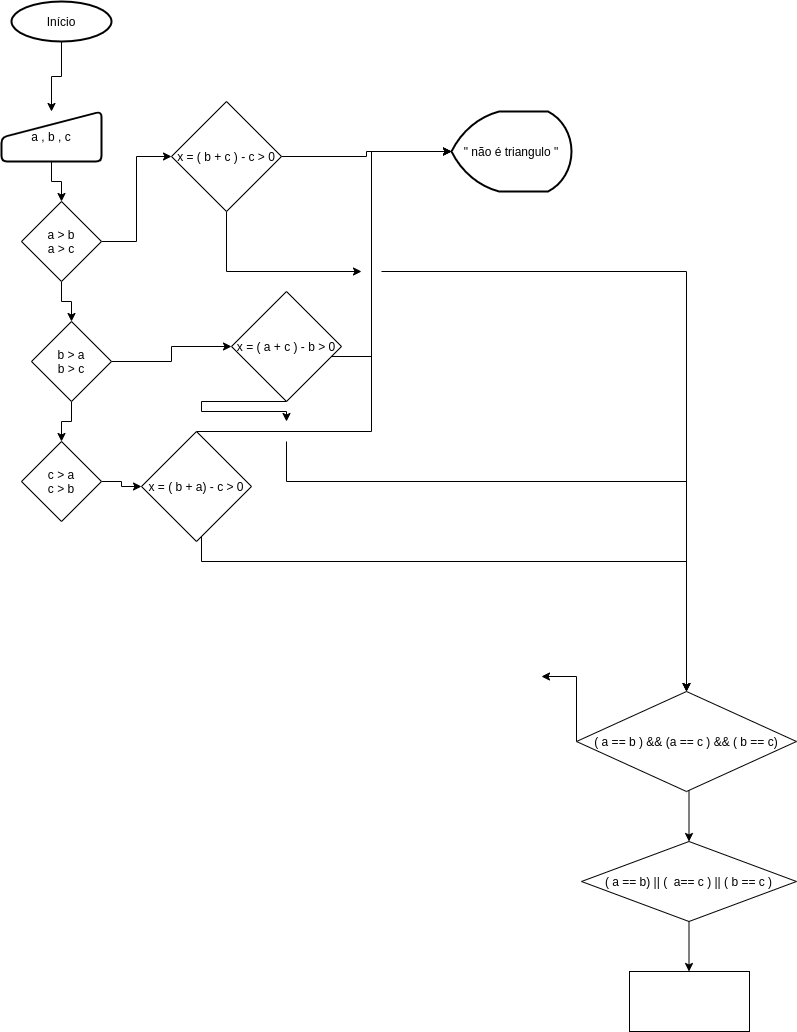
Above: Trabalho_ de_APC1_(Questão 2).png in Lrlk/Trabalho-de-APC1 (draw.io), before the change. Source tidied: cells renumbered, new cells last; positions are measured from the earlier drawing's top-left corner, leaving out a move shared by most shapes.
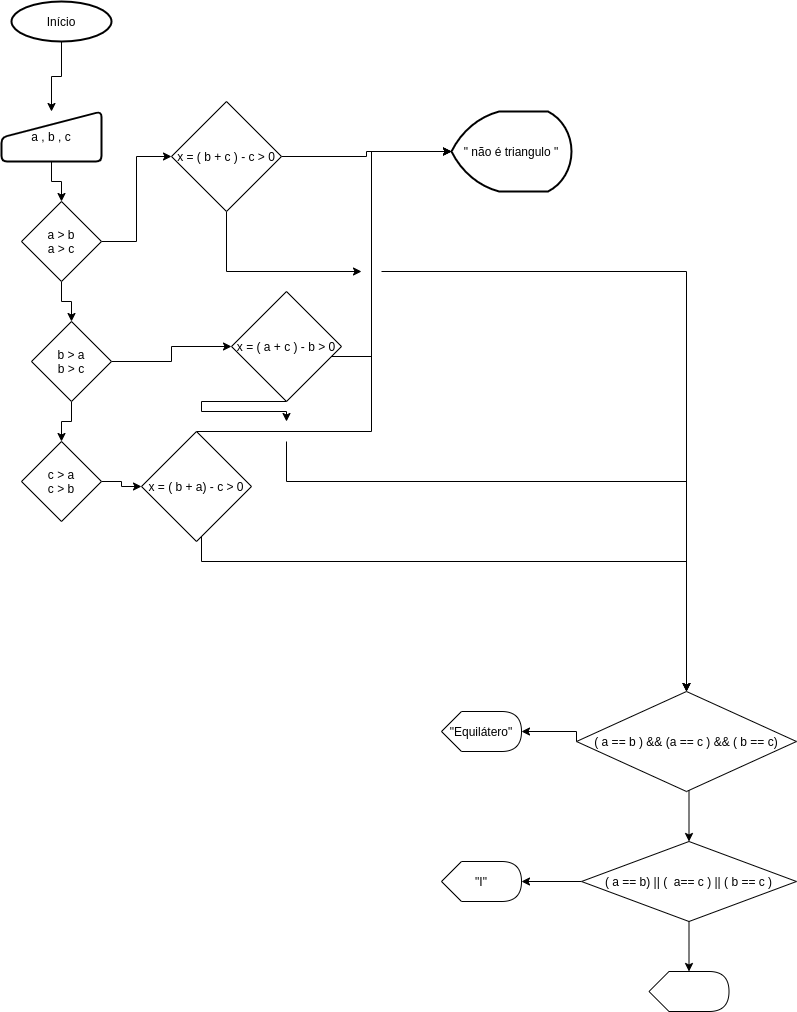
The same diagram one commit later.

Diff of the diagram source:
```diff
@@ -120,11 +120,10 @@
     <mxCell id="25" value="x = ( b + a) - c &amp;gt; 0" style="rhombus;whiteSpace=wrap;html=1;" parent="1" vertex="1">
       <mxGeometry x="140" y="430" width="110" height="110" as="geometry" />
     </mxCell>
-    <mxCell id="26" style="edgeStyle=orthogonalEdgeStyle;rounded=0;jettySize=auto;html=1;exitX=0;exitY=0.5;exitDx=0;exitDy=0;" parent="1" edge="1" source="28">
+    <mxCell id="26" style="edgeStyle=orthogonalEdgeStyle;rounded=0;jettySize=auto;html=1;exitX=0;exitY=0.5;exitDx=0;exitDy=0;entryX=1;entryY=0.5;entryDx=0;entryDy=0;entryPerimeter=0;" parent="1" edge="1" source="28" target="34">
       <mxGeometry relative="1" as="geometry">
-        <mxPoint x="540" y="675" as="targetPoint" />
         <Array as="points">
-          <mxPoint x="540" y="675" />
+          <mxPoint x="575" y="730" />
         </Array>
       </mxGeometry>
     </mxCell>
@@ -146,11 +145,20 @@
         <mxPoint x="687.5" y="970" as="targetPoint" />
       </mxGeometry>
     </mxCell>
+    <mxCell id="33" style="edgeStyle=orthogonalEdgeStyle;rounded=0;jettySize=auto;html=1;" parent="1" edge="1" source="31" target="35">
+      <mxGeometry relative="1" as="geometry" />
+    </mxCell>
     <mxCell id="31" value="( a == b) || (&amp;nbsp; a== c ) || ( b == c )" style="rhombus;whiteSpace=wrap;html=1;" parent="1" vertex="1">
       <mxGeometry x="580" y="840" width="215" height="80" as="geometry" />
     </mxCell>
-    <mxCell id="32" style="rounded=0;whiteSpace=wrap;html=1;" parent="1" vertex="1">
-      <mxGeometry x="628" y="970" width="120" height="60" as="geometry" />
-    </mxCell>
+    <mxCell id="34" value="&quot;Equilátero&quot;" style="shape=display;whiteSpace=wrap;html=1;" parent="1" vertex="1">
+      <mxGeometry x="440" y="710" width="80" height="40" as="geometry" />
+    </mxCell>
+    <mxCell id="35" value="&quot;I&quot;" style="shape=display;whiteSpace=wrap;html=1;" parent="1" vertex="1">
+      <mxGeometry x="440" y="860" width="80" height="40" as="geometry" />
+    </mxCell>
+    <mxCell id="36" style="shape=display;whiteSpace=wrap;html=1;" parent="1" vertex="1">
+      <mxGeometry x="647.5" y="970" width="80" height="40" as="geometry" />
+    </mxCell>
   </root>
 </mxGraphModel>
```
